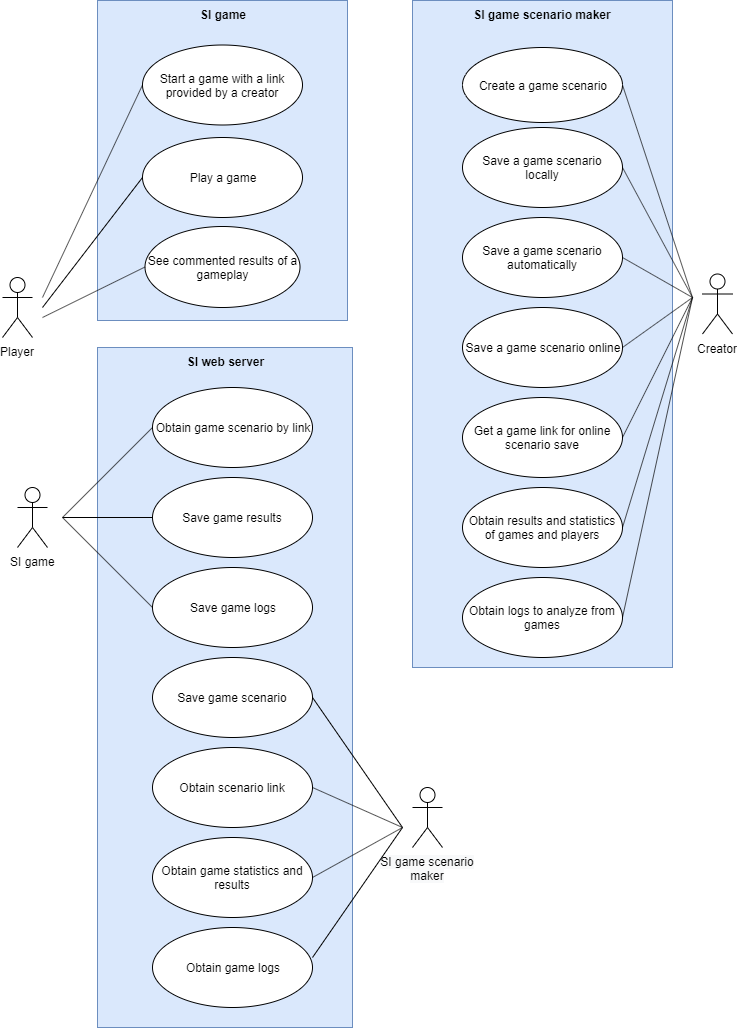
This is SI_usecase.png from lasaris/si-game, a draw.io export, as it was before one commit. Source tidied: cells renumbered, new cells last; positions are measured from the earlier drawing's top-left corner, leaving out a move shared by most shapes.
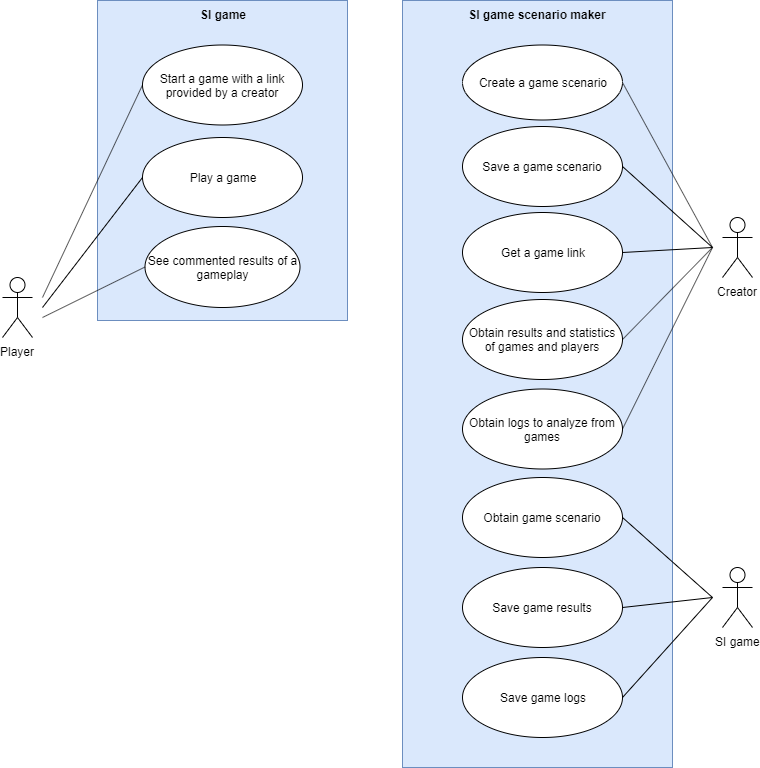
The same diagram one commit later.

Commit message:
Merge two systems in use case diagram

The edit, as a diff of the source:
```diff
@@ -3,7 +3,7 @@
     <mxCell id="0" />
     <mxCell id="1" parent="0" />
     <mxCell id="2" value="SI game scenario maker" style="shape=rect;html=1;verticalAlign=top;fontStyle=1;whiteSpace=wrap;align=center;fillColor=#dae8fc;strokeColor=#6c8ebf;" parent="1" vertex="1">
-      <mxGeometry x="410" width="260" height="667" as="geometry" />
+      <mxGeometry x="400" width="270" height="767" as="geometry" />
     </mxCell>
     <mxCell id="3" value="SI game" style="shape=rect;html=1;verticalAlign=top;fontStyle=1;whiteSpace=wrap;align=center;fillColor=#dae8fc;strokeColor=#6c8ebf;" parent="1" vertex="1">
       <mxGeometry x="95" width="250" height="320" as="geometry" />
@@ -12,7 +12,7 @@
       <mxGeometry y="277" width="30" height="60" as="geometry" />
     </mxCell>
     <mxCell id="5" value="Creator" style="shape=umlActor;html=1;verticalLabelPosition=bottom;verticalAlign=top;align=center;" parent="1" vertex="1">
-      <mxGeometry x="700" y="273.5" width="30" height="60" as="geometry" />
+      <mxGeometry x="720" y="217" width="30" height="60" as="geometry" />
     </mxCell>
     <mxCell id="6" value="Start a game with a link provided by a creator" style="ellipse;whiteSpace=wrap;html=1;" parent="1" vertex="1">
       <mxGeometry x="140" y="44.5" width="160" height="80" as="geometry" />
@@ -31,7 +31,7 @@
       </mxGeometry>
     </mxCell>
     <mxCell id="10" value="Create a game scenario" style="ellipse;whiteSpace=wrap;html=1;" parent="1" vertex="1">
-      <mxGeometry x="460" y="47" width="160" height="75" as="geometry" />
+      <mxGeometry x="460" y="44.5" width="160" height="75" as="geometry" />
     </mxCell>
     <mxCell id="11" value="See commented results of a gameplay" style="ellipse;whiteSpace=wrap;html=1;direction=west;rotation=0;" parent="1" vertex="1">
       <mxGeometry x="142.5" y="226" width="155" height="81" as="geometry" />
@@ -41,124 +41,69 @@
         <mxPoint x="40" y="317" as="sourcePoint" />
       </mxGeometry>
     </mxCell>
-    <mxCell id="13" value="Save a game scenario locally" style="ellipse;whiteSpace=wrap;html=1;" parent="1" vertex="1">
-      <mxGeometry x="460" y="127" width="160" height="80" as="geometry" />
+    <mxCell id="13" value="Save a game scenario" style="ellipse;whiteSpace=wrap;html=1;" parent="1" vertex="1">
+      <mxGeometry x="460" y="126" width="160" height="80" as="geometry" />
     </mxCell>
-    <mxCell id="14" value="Save a game scenario automatically" style="ellipse;whiteSpace=wrap;html=1;" parent="1" vertex="1">
-      <mxGeometry x="460" y="217" width="160" height="80" as="geometry" />
-    </mxCell>
-    <mxCell id="15" value="Save a game scenario online" style="ellipse;whiteSpace=wrap;html=1;" parent="1" vertex="1">
-      <mxGeometry x="460" y="307" width="160" height="80" as="geometry" />
-    </mxCell>
-    <mxCell id="16" style="edgeStyle=none;html=1;endArrow=none;verticalAlign=bottom;exitX=1;exitY=0.5;exitDx=0;exitDy=0;" parent="1" edge="1" source="10">
-      <mxGeometry relative="1" as="geometry">
-        <mxPoint x="690" y="297" as="targetPoint" />
-      </mxGeometry>
-    </mxCell>
-    <mxCell id="17" style="edgeStyle=none;html=1;endArrow=none;verticalAlign=bottom;exitX=1;exitY=0.5;exitDx=0;exitDy=0;" parent="1" edge="1" source="13">
-      <mxGeometry relative="1" as="geometry">
-        <mxPoint x="690" y="297" as="targetPoint" />
-      </mxGeometry>
-    </mxCell>
-    <mxCell id="18" style="edgeStyle=none;html=1;endArrow=none;verticalAlign=bottom;exitX=1;exitY=0.5;exitDx=0;exitDy=0;" parent="1" edge="1" source="14">
-      <mxGeometry relative="1" as="geometry">
-        <mxPoint x="690" y="297" as="targetPoint" />
-      </mxGeometry>
-    </mxCell>
-    <mxCell id="19" style="edgeStyle=none;html=1;endArrow=none;verticalAlign=bottom;exitX=1;exitY=0.5;exitDx=0;exitDy=0;" parent="1" edge="1" source="15">
-      <mxGeometry relative="1" as="geometry">
-        <mxPoint x="690" y="297" as="targetPoint" />
-      </mxGeometry>
-    </mxCell>
-    <mxCell id="20" value="Get a game link for online scenario save" style="ellipse;whiteSpace=wrap;html=1;" parent="1" vertex="1">
-      <mxGeometry x="460" y="397" width="160" height="80" as="geometry" />
+    <mxCell id="20" value="Get a game link" style="ellipse;whiteSpace=wrap;html=1;" parent="1" vertex="1">
+      <mxGeometry x="460" y="212" width="160" height="80" as="geometry" />
     </mxCell>
     <mxCell id="21" value="Obtain results and statistics of games and players" style="ellipse;whiteSpace=wrap;html=1;" parent="1" vertex="1">
-      <mxGeometry x="460" y="487" width="160" height="80" as="geometry" />
+      <mxGeometry x="460" y="299" width="160" height="80" as="geometry" />
     </mxCell>
     <mxCell id="22" value="Obtain logs to analyze from games" style="ellipse;whiteSpace=wrap;html=1;" parent="1" vertex="1">
-      <mxGeometry x="460" y="577" width="160" height="80" as="geometry" />
+      <mxGeometry x="460" y="388.5" width="160" height="80" as="geometry" />
     </mxCell>
-    <mxCell id="23" style="edgeStyle=none;html=1;endArrow=none;verticalAlign=bottom;exitX=1;exitY=0.5;exitDx=0;exitDy=0;" parent="1" edge="1" source="20">
-      <mxGeometry relative="1" as="geometry">
-        <mxPoint x="690" y="297" as="targetPoint" />
-      </mxGeometry>
-    </mxCell>
-    <mxCell id="24" style="edgeStyle=none;html=1;endArrow=none;verticalAlign=bottom;exitX=1;exitY=0.5;exitDx=0;exitDy=0;" parent="1" edge="1" source="21">
-      <mxGeometry relative="1" as="geometry">
-        <mxPoint x="690" y="297" as="targetPoint" />
-      </mxGeometry>
-    </mxCell>
-    <mxCell id="25" style="edgeStyle=none;html=1;endArrow=none;verticalAlign=bottom;exitX=1;exitY=0.5;exitDx=0;exitDy=0;" parent="1" edge="1" source="22">
-      <mxGeometry relative="1" as="geometry">
-        <mxPoint x="690" y="297" as="targetPoint" />
-      </mxGeometry>
-    </mxCell>
-    <mxCell id="26" value="SI web server" style="shape=rect;html=1;verticalAlign=top;fontStyle=1;whiteSpace=wrap;align=center;fillColor=#dae8fc;strokeColor=#6c8ebf;" parent="1" vertex="1">
-      <mxGeometry x="95" y="347" width="255" height="680" as="geometry" />
-    </mxCell>
     <mxCell id="27" value="SI game" style="shape=umlActor;html=1;verticalLabelPosition=bottom;verticalAlign=top;align=center;" parent="1" vertex="1">
-      <mxGeometry x="15" y="487" width="30" height="60" as="geometry" />
+      <mxGeometry x="720" y="567" width="30" height="60" as="geometry" />
     </mxCell>
-    <mxCell id="28" value="Obtain game scenario by link" style="ellipse;whiteSpace=wrap;html=1;" parent="1" vertex="1">
-      <mxGeometry x="150" y="387" width="160" height="80" as="geometry" />
+    <mxCell id="28" value="Obtain game scenario" style="ellipse;whiteSpace=wrap;html=1;" parent="1" vertex="1">
+      <mxGeometry x="460" y="477" width="160" height="80" as="geometry" />
     </mxCell>
-    <mxCell id="29" style="edgeStyle=none;html=1;endArrow=none;verticalAlign=bottom;entryX=0;entryY=0.5;entryDx=0;entryDy=0;" parent="1" edge="1" target="28">
-      <mxGeometry relative="1" as="geometry">
-        <mxPoint x="60" y="517" as="sourcePoint" />
-      </mxGeometry>
-    </mxCell>
     <mxCell id="30" value="Save game results" style="ellipse;whiteSpace=wrap;html=1;" parent="1" vertex="1">
-      <mxGeometry x="150" y="477" width="160" height="80" as="geometry" />
+      <mxGeometry x="460" y="567" width="160" height="80" as="geometry" />
     </mxCell>
     <mxCell id="31" value="Save game logs" style="ellipse;whiteSpace=wrap;html=1;" parent="1" vertex="1">
-      <mxGeometry x="150" y="567" width="160" height="80" as="geometry" />
+      <mxGeometry x="460" y="657" width="160" height="80" as="geometry" />
     </mxCell>
-    <mxCell id="32" style="edgeStyle=none;html=1;endArrow=none;verticalAlign=bottom;entryX=0;entryY=0.5;entryDx=0;entryDy=0;" parent="1" edge="1" target="30">
-      <mxGeometry relative="1" as="geometry">
-        <mxPoint x="60" y="517" as="sourcePoint" />
-      </mxGeometry>
-    </mxCell>
-    <mxCell id="33" style="edgeStyle=none;html=1;endArrow=none;verticalAlign=bottom;entryX=0;entryY=0.5;entryDx=0;entryDy=0;" parent="1" edge="1" target="31">
-      <mxGeometry relative="1" as="geometry">
-        <mxPoint x="60" y="517" as="sourcePoint" />
-      </mxGeometry>
-    </mxCell>
-    <mxCell id="34" value="Save game scenario" style="ellipse;whiteSpace=wrap;html=1;" parent="1" vertex="1">
-      <mxGeometry x="150" y="657" width="160" height="80" as="geometry" />
-    </mxCell>
-    <mxCell id="35" value="Obtain scenario link" style="ellipse;whiteSpace=wrap;html=1;" parent="1" vertex="1">
-      <mxGeometry x="150" y="747" width="160" height="80" as="geometry" />
-    </mxCell>
-    <mxCell id="36" value="Obtain game statistics and results" style="ellipse;whiteSpace=wrap;html=1;" parent="1" vertex="1">
-      <mxGeometry x="150" y="837" width="160" height="80" as="geometry" />
-    </mxCell>
-    <mxCell id="37" value="Obtain game logs" style="ellipse;whiteSpace=wrap;html=1;" parent="1" vertex="1">
-      <mxGeometry x="150" y="927" width="160" height="80" as="geometry" />
-    </mxCell>
-    <mxCell id="38" value="&lt;span style=&quot;white-space: normal ; background-color: rgb(248 , 249 , 250)&quot;&gt;SI game scenario maker&lt;/span&gt;" style="shape=umlActor;verticalLabelPosition=bottom;labelBackgroundColor=#ffffff;verticalAlign=top;html=1;" parent="1" vertex="1">
-      <mxGeometry x="410" y="787" width="30" height="60" as="geometry" />
-    </mxCell>
-    <mxCell id="39" style="edgeStyle=none;html=1;endArrow=none;verticalAlign=bottom;exitX=1;exitY=0.5;exitDx=0;exitDy=0;" parent="1" edge="1" source="34">
-      <mxGeometry relative="1" as="geometry">
-        <mxPoint x="400" y="827" as="targetPoint" />
-      </mxGeometry>
-    </mxCell>
-    <mxCell id="40" style="edgeStyle=none;html=1;endArrow=none;verticalAlign=bottom;exitX=1;exitY=0.5;exitDx=0;exitDy=0;" parent="1" edge="1" source="35">
-      <mxGeometry relative="1" as="geometry">
-        <mxPoint x="400" y="827" as="targetPoint" />
-      </mxGeometry>
-    </mxCell>
-    <mxCell id="41" style="edgeStyle=none;html=1;endArrow=none;verticalAlign=bottom;exitX=1;exitY=0.5;exitDx=0;exitDy=0;" parent="1" edge="1" source="36">
-      <mxGeometry relative="1" as="geometry">
-        <mxPoint x="400" y="827" as="targetPoint" />
-      </mxGeometry>
-    </mxCell>
-    <mxCell id="42" style="edgeStyle=none;html=1;endArrow=none;verticalAlign=bottom;" parent="1" edge="1">
-      <mxGeometry relative="1" as="geometry">
-        <mxPoint x="310" y="957" as="sourcePoint" />
-        <mxPoint x="400" y="827" as="targetPoint" />
-      </mxGeometry>
-    </mxCell>
+    <mxCell id="43" style="edgeStyle=none;html=1;endArrow=none;verticalAlign=bottom;exitX=1;exitY=0.5;exitDx=0;exitDy=0;" parent="1" edge="1" source="10">
+      <mxGeometry relative="1" as="geometry">
+        <mxPoint x="710" y="247" as="targetPoint" />
+      </mxGeometry>
+    </mxCell>
+    <mxCell id="44" style="edgeStyle=none;html=1;endArrow=none;verticalAlign=bottom;exitX=1;exitY=0.5;exitDx=0;exitDy=0;" parent="1" edge="1" source="13">
+      <mxGeometry relative="1" as="geometry">
+        <mxPoint x="710" y="247" as="targetPoint" />
+      </mxGeometry>
+    </mxCell>
+    <mxCell id="45" style="edgeStyle=none;html=1;endArrow=none;verticalAlign=bottom;exitX=1;exitY=0.5;exitDx=0;exitDy=0;" parent="1" edge="1" source="20">
+      <mxGeometry relative="1" as="geometry">
+        <mxPoint x="710" y="247" as="targetPoint" />
+      </mxGeometry>
+    </mxCell>
+    <mxCell id="46" style="edgeStyle=none;html=1;endArrow=none;verticalAlign=bottom;exitX=1;exitY=0.5;exitDx=0;exitDy=0;" parent="1" edge="1" source="21">
+      <mxGeometry relative="1" as="geometry">
+        <mxPoint x="710" y="247" as="targetPoint" />
+      </mxGeometry>
+    </mxCell>
+    <mxCell id="47" style="edgeStyle=none;html=1;endArrow=none;verticalAlign=bottom;exitX=1;exitY=0.5;exitDx=0;exitDy=0;" parent="1" edge="1" source="22">
+      <mxGeometry relative="1" as="geometry">
+        <mxPoint x="710" y="247" as="targetPoint" />
+      </mxGeometry>
+    </mxCell>
+    <mxCell id="48" style="edgeStyle=none;html=1;endArrow=none;verticalAlign=bottom;exitX=1;exitY=0.5;exitDx=0;exitDy=0;" parent="1" edge="1" source="28">
+      <mxGeometry relative="1" as="geometry">
+        <mxPoint x="710" y="597" as="targetPoint" />
+      </mxGeometry>
+    </mxCell>
+    <mxCell id="49" style="edgeStyle=none;html=1;endArrow=none;verticalAlign=bottom;exitX=1;exitY=0.5;exitDx=0;exitDy=0;" parent="1" edge="1" source="30">
+      <mxGeometry relative="1" as="geometry">
+        <mxPoint x="710" y="597" as="targetPoint" />
+      </mxGeometry>
+    </mxCell>
+    <mxCell id="50" style="edgeStyle=none;html=1;endArrow=none;verticalAlign=bottom;exitX=1;exitY=0.5;exitDx=0;exitDy=0;" parent="1" edge="1" source="31">
+      <mxGeometry relative="1" as="geometry">
+        <mxPoint x="710" y="597" as="targetPoint" />
+      </mxGeometry>
+    </mxCell>
   </root>
 </mxGraphModel>
```
